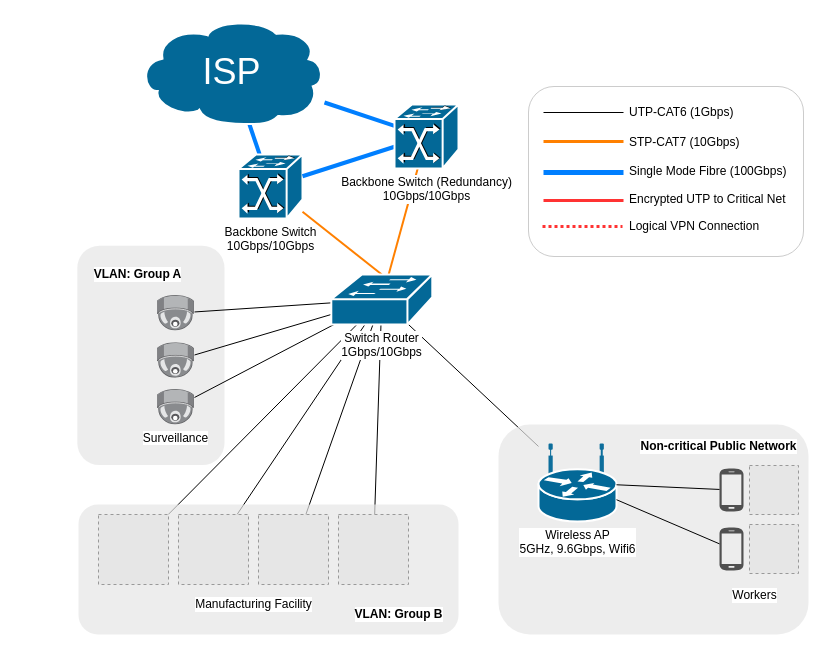
The draw.io diagram page "Plant and Foundry" (2 of 5) of Net_diagram/EE6223CA2.drawio in doem97/EE6223, before the edit. Source tidied: cells renumbered, new cells numbered last; positions are measured from the earlier drawing's top-left corner, leaving out a move shared by most shapes. Both pictures are drawn from the tidied source at 100%, with x=0, y=0 at pixel (77, 18). Pictures stored in the file or linked from it are replaced by grey dashed boxes.
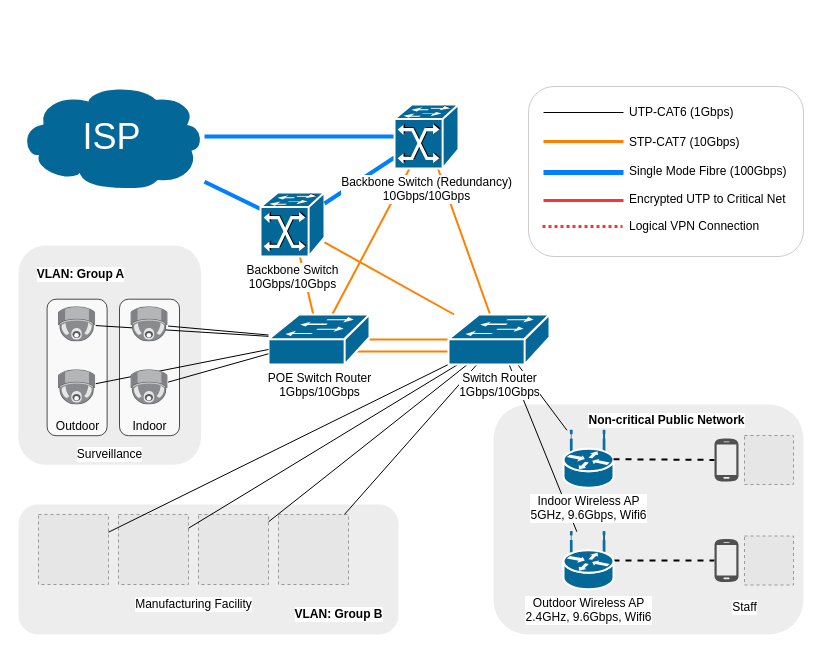
The same diagram, later.

The change refers to these unchanged cells:
```xml
<mxCell id="17" style="fillColor=#E6E6E6;strokeColor=#999999;dashed=1;html=1;verticalAlign=top;verticalLabelPosition=bottom;labelBackgroundColor=#ffffff;fontColor=#FFFFFF;" parent="15" vertex="1">
  <mxGeometry width="70" height="70" as="geometry" />
</mxCell>
<mxCell id="18" style="fillColor=#E6E6E6;strokeColor=#999999;dashed=1;html=1;verticalAlign=top;verticalLabelPosition=bottom;labelBackgroundColor=#ffffff;fontColor=#FFFFFF;" parent="15" vertex="1">
  <mxGeometry x="80" width="70" height="70" as="geometry" />
</mxCell>
<mxCell id="19" style="fillColor=#E6E6E6;strokeColor=#999999;dashed=1;html=1;verticalAlign=top;verticalLabelPosition=bottom;labelBackgroundColor=#ffffff;fontColor=#FFFFFF;" parent="15" vertex="1">
  <mxGeometry x="240" width="70" height="70" as="geometry" />
</mxCell>
<mxCell id="20" style="fillColor=#E6E6E6;strokeColor=#999999;dashed=1;html=1;verticalAlign=top;verticalLabelPosition=bottom;labelBackgroundColor=#ffffff;fontColor=#FFFFFF;" parent="15" vertex="1">
  <mxGeometry x="160" width="70" height="70" as="geometry" />
</mxCell>
<mxCell id="34" value="Backbone Switch (Redundancy)&lt;br&gt;10Gbps/10Gbps" style="shape=mxgraph.cisco.switches.atm_fast_gigabit_etherswitch;html=1;dashed=0;fillColor=#036897;strokeColor=#ffffff;strokeWidth=2;verticalLabelPosition=bottom;verticalAlign=top;align=center;outlineConnect=0;labelBackgroundColor=#ffffff;fontSize=12;fontColor=#000000;" parent="1" vertex="1">
  <mxGeometry x="317" y="86" width="64" height="64" as="geometry" />
</mxCell>
```

Diff of the diagram source:
```diff
@@
-    <mxCell id="2" style="rounded=1;whiteSpace=wrap;html=1;fontSize=12;fontColor=#000000;strokeColor=none;fillColor=#E6E6E6;opacity=70;" parent="1" vertex="1">
-      <mxGeometry x="-0.2" y="227.3" width="147.2" height="219.3" as="geometry" />
-    </mxCell>
-    <mxCell id="3" value="&lt;font style=&quot;background-color: rgb(255 , 255 , 255)&quot; size=&quot;1&quot;&gt;&lt;b style=&quot;font-size: 12px&quot;&gt;VLAN: Group A&lt;/b&gt;&lt;/font&gt;" style="text;html=1;align=center;verticalAlign=middle;fontSize=12;fontColor=#000000;labelBackgroundColor=#ffffff;" parent="1" vertex="1">
-      <mxGeometry x="9.8" y="246" width="100" height="20" as="geometry" />
-    </mxCell>
-    <mxCell id="4" style="group;" parent="1" vertex="1">
-      <mxGeometry x="79.8" y="277" width="37.2" height="129.4" as="geometry" />
-    </mxCell>
-    <mxCell id="5" value="Surveillance" style="points=[];html=1;align=center;shadow=0;dashed=0;image;image=img/lib/allied_telesis/security/Surveillance_Camera_Ceiling.svg;fontSize=12;fontColor=#000000;" parent="4" vertex="1">
-      <mxGeometry y="94" width="37.2" height="35.4" as="geometry" />
-    </mxCell>
-    <mxCell id="6" style="points=[];html=1;align=center;shadow=0;dashed=0;image;image=img/lib/allied_telesis/security/Surveillance_Camera_Ceiling.svg;fontSize=12;fontColor=#000000;" parent="4" vertex="1">
-      <mxGeometry y="47.3" width="37.2" height="35.4" as="geometry" />
-    </mxCell>
-    <mxCell id="7" style="points=[];html=1;align=center;shadow=0;dashed=0;image;image=img/lib/allied_telesis/security/Surveillance_Camera_Ceiling.svg;fontSize=12;fontColor=#000000;" parent="4" vertex="1">
-      <mxGeometry width="37.2" height="35.4" as="geometry" />
-    </mxCell>
-    <mxCell id="8" style="rounded=0;jettySize=auto;html=1;endArrow=none;endFill=0;fontSize=12;fontColor=#000000;" parent="1" edge="1" source="26" target="7">
-      <mxGeometry relative="1" as="geometry" />
-    </mxCell>
-    <mxCell id="9" style="edgeStyle=none;rounded=0;jettySize=auto;html=1;endArrow=none;endFill=0;fontSize=12;fontColor=#000000;" parent="1" edge="1" source="26" target="6">
-      <mxGeometry relative="1" as="geometry" />
-    </mxCell>
-    <mxCell id="10" style="edgeStyle=none;rounded=0;jettySize=auto;html=1;endArrow=none;endFill=0;fontSize=12;fontColor=#000000;" parent="1" edge="1" source="26" target="5">
-      <mxGeometry relative="1" as="geometry" />
-    </mxCell>
-    <mxCell id="11" style="edgeStyle=none;rounded=0;jettySize=auto;html=1;endArrow=none;endFill=0;fontSize=12;fontColor=#000000;" parent="1" edge="1" source="26" target="17">
-      <mxGeometry relative="1" as="geometry" />
-    </mxCell>
-    <mxCell id="12" style="edgeStyle=none;rounded=0;jettySize=auto;html=1;endArrow=none;endFill=0;fontSize=12;fontColor=#000000;" parent="1" edge="1" source="26" target="18">
-      <mxGeometry relative="1" as="geometry" />
-    </mxCell>
-    <mxCell id="13" style="edgeStyle=none;rounded=0;jettySize=auto;html=1;endArrow=none;endFill=0;fontSize=12;fontColor=#000000;" parent="1" edge="1" source="26" target="20">
-      <mxGeometry relative="1" as="geometry" />
-    </mxCell>
-    <mxCell id="14" style="edgeStyle=none;rounded=0;jettySize=auto;html=1;endArrow=none;endFill=0;fontSize=12;fontColor=#000000;" parent="1" edge="1" source="26" target="19">
-      <mxGeometry relative="1" as="geometry" />
-    </mxCell>
+    <mxCell id="59" style="rounded=1;whiteSpace=wrap;html=1;fontSize=12;fontColor=#000000;strokeColor=none;fillColor=#E6E6E6;opacity=70;" parent="1" vertex="1">
+      <mxGeometry x="416" y="386" width="310" height="230" as="geometry" />
+    </mxCell>
+    <mxCell id="60" style="rounded=1;whiteSpace=wrap;html=1;fontSize=12;fontColor=#000000;strokeColor=none;fillColor=#E6E6E6;opacity=70;" parent="1" vertex="1">
+      <mxGeometry x="-59" y="227" width="182.6" height="219.3" as="geometry" />
+    </mxCell>
+    <mxCell id="61" style="rounded=1;whiteSpace=wrap;html=1;labelBackgroundColor=none;fontColor=#000000;opacity=70;" parent="1" vertex="1">
+      <mxGeometry x="42" y="280.7" width="60" height="136.5" as="geometry" />
+    </mxCell>
+    <mxCell id="62" style="rounded=1;whiteSpace=wrap;html=1;labelBackgroundColor=none;fontColor=#000000;opacity=70;" parent="1" vertex="1">
+      <mxGeometry x="-30.4" y="280.7" width="60" height="136.5" as="geometry" />
+    </mxCell>
+    <mxCell id="63" style="edgeStyle=none;rounded=0;jettySize=auto;html=1;exitX=0.87;exitY=0.74;exitDx=0;exitDy=0;exitPerimeter=0;entryX=0.87;entryY=0.74;entryDx=0;entryDy=0;entryPerimeter=0;endArrow=none;endFill=0;strokeColor=#FF8000;strokeWidth=2;" parent="1" edge="1" source="67" target="26">
+      <mxGeometry relative="1" as="geometry" />
+    </mxCell>
     <mxCell id="15" style="group;" parent="1" vertex="1">
-      <mxGeometry x="21" y="496" width="360" height="120" as="geometry" />
+      <mxGeometry x="-39" y="496" width="360" height="120" as="geometry" />
     </mxCell>
@@
-    <mxCell id="23" style="edgeStyle=none;rounded=0;jettySize=auto;html=1;endArrow=none;endFill=0;fontSize=12;fontColor=#000000;" parent="1" edge="1" source="26" target="49">
-      <mxGeometry relative="1" as="geometry" />
-    </mxCell>
-    <mxCell id="24" style="edgeStyle=none;rounded=0;jettySize=auto;html=1;exitX=0.5;exitY=0;exitDx=0;exitDy=0;exitPerimeter=0;endArrow=none;endFill=0;fontSize=12;fontColor=#000000;strokeColor=#FF8000;strokeWidth=2;" parent="1" edge="1" source="26" target="28">
+    <mxCell id="24" style="edgeStyle=none;rounded=0;jettySize=auto;html=1;endArrow=none;endFill=0;fontSize=12;fontColor=#000000;strokeColor=#FF8000;strokeWidth=2;" parent="1" edge="1" source="26" target="28">
       <mxGeometry relative="1" as="geometry" />
     </mxCell>
@@
-    <mxCell id="26" value="Switch Router&lt;br&gt;1Gbps/10Gbps" style="shape=mxgraph.cisco.switches.workgroup_switch;html=1;dashed=0;fillColor=#036897;strokeColor=#ffffff;strokeWidth=2;verticalLabelPosition=bottom;verticalAlign=top;align=center;outlineConnect=0;labelBackgroundColor=#ffffff;" parent="1" vertex="1">
-      <mxGeometry x="253.8" y="256" width="101" height="50" as="geometry" />
-    </mxCell>
@@
+    <mxCell id="64" style="edgeStyle=none;rounded=0;jettySize=auto;html=1;endArrow=none;endFill=0;strokeColor=#FF8000;strokeWidth=2;fontColor=#000000;" parent="1" edge="1" source="28" target="67">
+      <mxGeometry relative="1" as="geometry" />
+    </mxCell>
     <mxCell id="28" value="Backbone Switch&lt;br&gt;10Gbps/10Gbps" style="shape=mxgraph.cisco.switches.atm_fast_gigabit_etherswitch;html=1;dashed=0;fillColor=#036897;strokeColor=#ffffff;strokeWidth=2;verticalLabelPosition=bottom;verticalAlign=top;align=center;outlineConnect=0;labelBackgroundColor=#ffffff;fontSize=12;fontColor=#000000;" parent="1" vertex="1">
-      <mxGeometry x="161" y="136" width="64" height="64" as="geometry" />
+      <mxGeometry x="183" y="174" width="64" height="64" as="geometry" />
     </mxCell>
     <mxCell id="29" style="group;" parent="1" vertex="1">
-      <mxGeometry x="61" width="186" height="106" as="geometry" />
+      <mxGeometry x="-59" y="65" width="186" height="106" as="geometry" />
     </mxCell>
@@
+    <mxCell id="65" style="edgeStyle=none;rounded=0;jettySize=auto;html=1;endArrow=none;endFill=0;strokeColor=#FF8000;strokeWidth=2;fontColor=#000000;" parent="1" edge="1" source="34" target="67">
+      <mxGeometry relative="1" as="geometry" />
+    </mxCell>
@@
-    <mxCell id="47" style="group;" parent="1" vertex="1">
-      <mxGeometry x="421" y="406" width="310" height="210" as="geometry" />
-    </mxCell>
-    <mxCell id="48" style="rounded=1;whiteSpace=wrap;html=1;fontSize=12;fontColor=#000000;strokeColor=none;fillColor=#E6E6E6;opacity=70;" parent="47" vertex="1">
-      <mxGeometry width="310" height="210" as="geometry" />
-    </mxCell>
-    <mxCell id="49" value="Wireless AP&lt;br&gt;5GHz, 9.6Gbps, Wifi6" style="shape=mxgraph.cisco.routers.wireless_router;html=1;dashed=0;fillColor=#036897;strokeColor=#ffffff;strokeWidth=2;verticalLabelPosition=bottom;verticalAlign=top;align=center;outlineConnect=0;labelBackgroundColor=#ffffff;fontSize=12;fontColor=#000000;" parent="47" vertex="1">
-      <mxGeometry x="40" y="20" width="78" height="77" as="geometry" />
-    </mxCell>
-    <mxCell id="50" style="group;" parent="47" vertex="1">
-      <mxGeometry x="221" y="41" width="79" height="140" as="geometry" />
-    </mxCell>
-    <mxCell id="51" style="shadow=0;dashed=0;html=1;strokeColor=none;fillColor=#505050;labelPosition=center;verticalLabelPosition=bottom;verticalAlign=top;outlineConnect=0;align=center;shape=mxgraph.office.devices.cell_phone_android_standalone;labelBackgroundColor=#ffffff;fontSize=12;fontColor=#000000;" parent="50" vertex="1">
-      <mxGeometry y="2.5" width="24" height="44" as="geometry" />
-    </mxCell>
-    <mxCell id="52" style="fillColor=#E6E6E6;strokeColor=#999999;dashed=1;html=1;verticalAlign=top;verticalLabelPosition=bottom;labelBackgroundColor=#ffffff;fontSize=12;fontColor=#000000;" parent="50" vertex="1">
-      <mxGeometry x="30" width="49" height="49" as="geometry" />
-    </mxCell>
-    <mxCell id="53" style="fillColor=#E6E6E6;strokeColor=#999999;dashed=1;html=1;verticalAlign=top;verticalLabelPosition=bottom;labelBackgroundColor=#ffffff;fontSize=12;fontColor=#000000;" parent="50" vertex="1">
-      <mxGeometry x="30" y="59" width="49" height="49" as="geometry" />
-    </mxCell>
-    <mxCell id="54" value="Workers" style="text;html=1;align=center;verticalAlign=middle;fontSize=12;fontColor=#000000;labelBackgroundColor=#ffffff;" parent="50" vertex="1">
-      <mxGeometry x="5" y="120" width="60" height="20" as="geometry" />
-    </mxCell>
-    <mxCell id="55" style="shadow=0;dashed=0;html=1;strokeColor=none;fillColor=#505050;labelPosition=center;verticalLabelPosition=bottom;verticalAlign=top;outlineConnect=0;align=center;shape=mxgraph.office.devices.cell_phone_android_standalone;labelBackgroundColor=#ffffff;fontSize=12;fontColor=#000000;" parent="50" vertex="1">
-      <mxGeometry y="61.5" width="24" height="44" as="geometry" />
-    </mxCell>
-    <mxCell id="56" style="edgeStyle=none;rounded=0;jettySize=auto;html=1;endArrow=none;endFill=0;fontSize=12;fontColor=#000000;" parent="47" edge="1" source="49" target="51">
-      <mxGeometry relative="1" as="geometry" />
-    </mxCell>
-    <mxCell id="57" style="edgeStyle=none;rounded=0;jettySize=auto;html=1;endArrow=none;endFill=0;fontSize=12;fontColor=#000000;" parent="47" edge="1" source="49" target="55">
-      <mxGeometry relative="1" as="geometry" />
-    </mxCell>
+    <mxCell id="11" style="edgeStyle=none;rounded=0;jettySize=auto;html=1;endArrow=none;endFill=0;fontSize=12;fontColor=#000000;" parent="1" edge="1" source="26" target="17">
+      <mxGeometry relative="1" as="geometry" />
+    </mxCell>
+    <mxCell id="12" style="edgeStyle=none;rounded=0;jettySize=auto;html=1;endArrow=none;endFill=0;fontSize=12;fontColor=#000000;" parent="1" edge="1" source="26" target="18">
+      <mxGeometry relative="1" as="geometry" />
+    </mxCell>
+    <mxCell id="13" style="edgeStyle=none;rounded=0;jettySize=auto;html=1;endArrow=none;endFill=0;fontSize=12;fontColor=#000000;" parent="1" edge="1" source="26" target="20">
+      <mxGeometry relative="1" as="geometry" />
+    </mxCell>
+    <mxCell id="14" style="edgeStyle=none;rounded=0;jettySize=auto;html=1;endArrow=none;endFill=0;fontSize=12;fontColor=#000000;" parent="1" edge="1" source="26" target="19">
+      <mxGeometry relative="1" as="geometry" />
+    </mxCell>
+    <mxCell id="66" style="edgeStyle=none;rounded=0;jettySize=auto;html=1;endArrow=none;endFill=0;strokeColor=#FF8000;strokeWidth=2;exitX=0.98;exitY=0.5;exitDx=0;exitDy=0;exitPerimeter=0;" parent="1" edge="1" source="26" target="67">
+      <mxGeometry relative="1" as="geometry" />
+    </mxCell>
+    <mxCell id="67" value="POE Switch Router&lt;br&gt;1Gbps/10Gbps" style="shape=mxgraph.cisco.switches.workgroup_switch;html=1;dashed=0;fillColor=#036897;strokeColor=#ffffff;strokeWidth=2;verticalLabelPosition=bottom;verticalAlign=top;align=center;outlineConnect=0;labelBackgroundColor=#ffffff;" parent="1" vertex="1">
+      <mxGeometry x="191" y="296" width="101" height="50" as="geometry" />
+    </mxCell>
+    <mxCell id="68" style="edgeStyle=none;rounded=0;jettySize=auto;html=1;endArrow=none;endFill=0;strokeColor=#000000;strokeWidth=1;fontColor=#000000;" parent="1" edge="1" source="67" target="77">
+      <mxGeometry relative="1" as="geometry" />
+    </mxCell>
+    <mxCell id="69" style="edgeStyle=none;rounded=0;jettySize=auto;html=1;endArrow=none;endFill=0;strokeColor=#000000;strokeWidth=1;fontColor=#000000;" parent="1" edge="1" source="67" target="76">
+      <mxGeometry relative="1" as="geometry" />
+    </mxCell>
+    <mxCell id="70" style="edgeStyle=none;rounded=0;jettySize=auto;html=1;endArrow=none;endFill=0;strokeColor=#000000;strokeWidth=1;fontColor=#000000;" parent="1" edge="1" source="67" target="73">
+      <mxGeometry relative="1" as="geometry" />
+    </mxCell>
+    <mxCell id="71" style="edgeStyle=none;rounded=0;jettySize=auto;html=1;endArrow=none;endFill=0;strokeColor=#000000;strokeWidth=1;fontColor=#000000;" parent="1" edge="1" source="67" target="72">
+      <mxGeometry relative="1" as="geometry" />
+    </mxCell>
+    <mxCell id="3" value="&lt;font style=&quot;background-color: rgb(255 , 255 , 255)&quot; size=&quot;1&quot;&gt;&lt;b style=&quot;font-size: 12px&quot;&gt;VLAN: Group A&lt;/b&gt;&lt;/font&gt;" style="text;html=1;align=center;verticalAlign=middle;fontSize=12;fontColor=#000000;labelBackgroundColor=#ffffff;" parent="1" vertex="1">
+      <mxGeometry x="-46.6" y="245.7" width="100" height="20" as="geometry" />
+    </mxCell>
+    <mxCell id="72" style="points=[];html=1;align=center;shadow=0;dashed=0;image;image=img/lib/allied_telesis/security/Surveillance_Camera_Ceiling.svg;fontSize=12;fontColor=#000000;" parent="1" vertex="1">
+      <mxGeometry x="-19" y="351.2" width="37.2" height="35.4" as="geometry" />
+    </mxCell>
+    <mxCell id="73" style="points=[];html=1;align=center;shadow=0;dashed=0;image;image=img/lib/allied_telesis/security/Surveillance_Camera_Ceiling.svg;fontSize=12;fontColor=#000000;" parent="1" vertex="1">
+      <mxGeometry x="-19" y="288.2" width="37.2" height="35.4" as="geometry" />
+    </mxCell>
+    <mxCell id="74" value="Outdoor" style="text;html=1;align=center;verticalAlign=middle;fontColor=#000000;" parent="1" vertex="1">
+      <mxGeometry x="-30.4" y="398.2" width="60" height="20" as="geometry" />
+    </mxCell>
+    <mxCell id="75" value="Indoor" style="text;html=1;align=center;verticalAlign=middle;fontColor=#000000;" parent="1" vertex="1">
+      <mxGeometry x="47" y="398.2" width="50" height="20" as="geometry" />
+    </mxCell>
+    <mxCell id="5" value="Surveillance" style="text;html=1;align=center;verticalAlign=middle;points=[];fontColor=#000000;labelBackgroundColor=#ffffff;" parent="1" vertex="1">
+      <mxGeometry x="-7.7" y="426.3" width="80" height="20" as="geometry" />
+    </mxCell>
+    <mxCell id="76" style="points=[];html=1;align=center;shadow=0;dashed=0;image;image=img/lib/allied_telesis/security/Surveillance_Camera_Ceiling.svg;fontSize=12;fontColor=#000000;" parent="1" vertex="1">
+      <mxGeometry x="53.4" y="351.2" width="37.2" height="35.4" as="geometry" />
+    </mxCell>
+    <mxCell id="77" style="points=[];html=1;align=center;shadow=0;dashed=0;image;image=img/lib/allied_telesis/security/Surveillance_Camera_Ceiling.svg;fontSize=12;fontColor=#000000;" parent="1" vertex="1">
+      <mxGeometry x="53.4" y="288.2" width="37.2" height="35.4" as="geometry" />
+    </mxCell>
+    <mxCell id="78" style="edgeStyle=none;rounded=0;jettySize=auto;html=1;endArrow=none;endFill=0;strokeColor=#000000;strokeWidth=1;fontColor=#000000;" parent="1" edge="1" source="26" target="80">
+      <mxGeometry relative="1" as="geometry" />
+    </mxCell>
+    <mxCell id="79" style="edgeStyle=none;rounded=0;jettySize=auto;html=1;endArrow=none;endFill=0;strokeColor=#000000;strokeWidth=1;fontColor=#000000;" parent="1" edge="1" source="26" target="86">
+      <mxGeometry relative="1" as="geometry" />
+    </mxCell>
+    <mxCell id="26" value="Switch Router&lt;br&gt;1Gbps/10Gbps" style="shape=mxgraph.cisco.switches.workgroup_switch;html=1;dashed=0;fillColor=#036897;strokeColor=#ffffff;strokeWidth=2;verticalLabelPosition=bottom;verticalAlign=top;align=center;outlineConnect=0;labelBackgroundColor=#ffffff;" parent="1" vertex="1">
+      <mxGeometry x="371" y="296" width="101" height="50" as="geometry" />
+    </mxCell>
+    <mxCell id="80" value="Indoor Wireless AP&lt;br&gt;5GHz, 9.6Gbps, Wifi6" style="shape=mxgraph.cisco.routers.wireless_router;html=1;dashed=0;fillColor=#036897;strokeColor=#ffffff;strokeWidth=2;verticalLabelPosition=bottom;verticalAlign=top;align=center;outlineConnect=0;labelBackgroundColor=#ffffff;fontSize=12;fontColor=#000000;" parent="1" vertex="1">
+      <mxGeometry x="486" y="411.8" width="50" height="57.5" as="geometry" />
+    </mxCell>
+    <mxCell id="81" style="edgeStyle=none;rounded=0;jettySize=auto;html=1;endArrow=none;endFill=0;fontSize=12;fontColor=#000000;dashed=1;strokeWidth=2;" parent="1" edge="1" source="80" target="82">
+      <mxGeometry x="655" y="1287.5" as="geometry" />
+    </mxCell>
-    <mxCell id="58" value="Non-critical Public Network" style="text;html=1;align=center;verticalAlign=middle;fontSize=12;fontColor=#000000;labelBackgroundColor=#ffffff;fontStyle=1;" parent="47" vertex="1">
-      <mxGeometry x="135" y="12" width="170" height="20" as="geometry" />
+    <mxCell id="58" value="Non-critical Public Network" style="text;html=1;align=center;verticalAlign=middle;fontSize=12;fontColor=#000000;labelBackgroundColor=#ffffff;fontStyle=1;" parent="1" vertex="1">
+      <mxGeometry x="503.5" y="391.5" width="170" height="20" as="geometry" />
     </mxCell>
+    <mxCell id="82" style="shadow=0;dashed=0;html=1;strokeColor=none;fillColor=#505050;labelPosition=center;verticalLabelPosition=bottom;verticalAlign=top;outlineConnect=0;align=center;shape=mxgraph.office.devices.cell_phone_android_standalone;labelBackgroundColor=#ffffff;fontSize=12;fontColor=#000000;" parent="1" vertex="1">
+      <mxGeometry x="637" y="419.5" width="24" height="44" as="geometry" />
+    </mxCell>
+    <mxCell id="83" style="fillColor=#E6E6E6;strokeColor=#999999;dashed=1;html=1;verticalAlign=top;verticalLabelPosition=bottom;labelBackgroundColor=#ffffff;fontSize=12;fontColor=#000000;" parent="1" vertex="1">
+      <mxGeometry x="667" y="417" width="49" height="49" as="geometry" />
+    </mxCell>
+    <mxCell id="84" value="Staff" style="text;html=1;align=center;verticalAlign=middle;fontSize=12;fontColor=#000000;labelBackgroundColor=#ffffff;" parent="1" vertex="1">
+      <mxGeometry x="647" y="578.7" width="40" height="20" as="geometry" />
+    </mxCell>
+    <mxCell id="85" style="edgeStyle=none;rounded=0;jettySize=auto;html=1;endArrow=none;endFill=0;strokeWidth=2;fontColor=#000000;dashed=1;" parent="1" edge="1" source="86" target="87">
+      <mxGeometry relative="1" as="geometry" />
+    </mxCell>
+    <mxCell id="86" value="Outdoor Wireless AP&lt;br&gt;2.4GHz, 9.6Gbps, Wifi6" style="shape=mxgraph.cisco.routers.wireless_router;html=1;dashed=0;fillColor=#036897;strokeColor=#ffffff;strokeWidth=2;verticalLabelPosition=bottom;verticalAlign=top;align=center;outlineConnect=0;labelBackgroundColor=#ffffff;fontSize=12;fontColor=#000000;" parent="1" vertex="1">
+      <mxGeometry x="486" y="513.2" width="50" height="57.5" as="geometry" />
+    </mxCell>
+    <mxCell id="87" style="shadow=0;dashed=0;html=1;strokeColor=none;fillColor=#505050;labelPosition=center;verticalLabelPosition=bottom;verticalAlign=top;outlineConnect=0;align=center;shape=mxgraph.office.devices.cell_phone_android_standalone;labelBackgroundColor=#ffffff;fontSize=12;fontColor=#000000;" parent="1" vertex="1">
+      <mxGeometry x="637" y="520" width="24" height="44" as="geometry" />
+    </mxCell>
+    <mxCell id="88" style="fillColor=#E6E6E6;strokeColor=#999999;dashed=1;html=1;verticalAlign=top;verticalLabelPosition=bottom;labelBackgroundColor=#ffffff;fontSize=12;fontColor=#000000;" parent="1" vertex="1">
+      <mxGeometry x="667" y="517.5" width="49" height="49" as="geometry" />
+    </mxCell>
```
